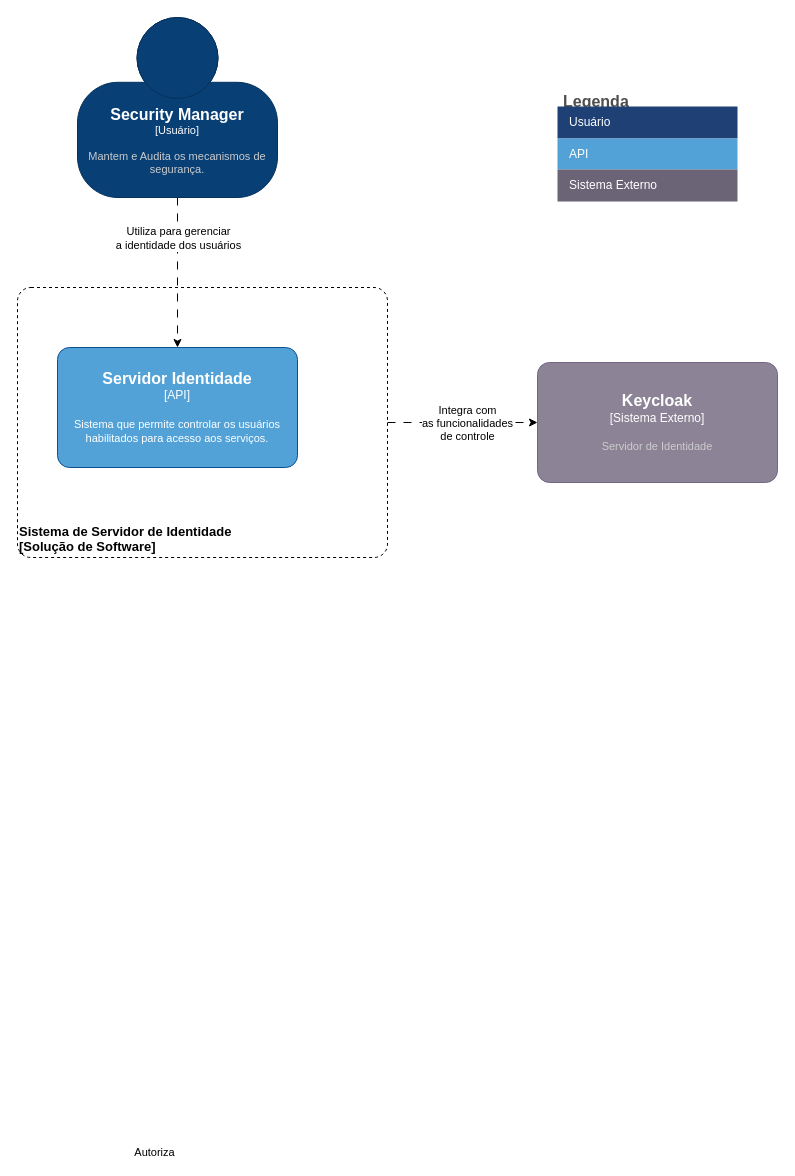
Above: page "Contexto" (1 of 8) of Sprint 1/Projeto Aplicado.drawio in luisfabiosm/Projeto-Aplicado (draw.io), before the change. Source tidied: cells renumbered, new cells numbered last; positions are measured from the earlier drawing's top-left corner, leaving out a move shared by most shapes. Both pictures are drawn from the tidied source at 100%, with x=0, y=0 at pixel (17, 17).
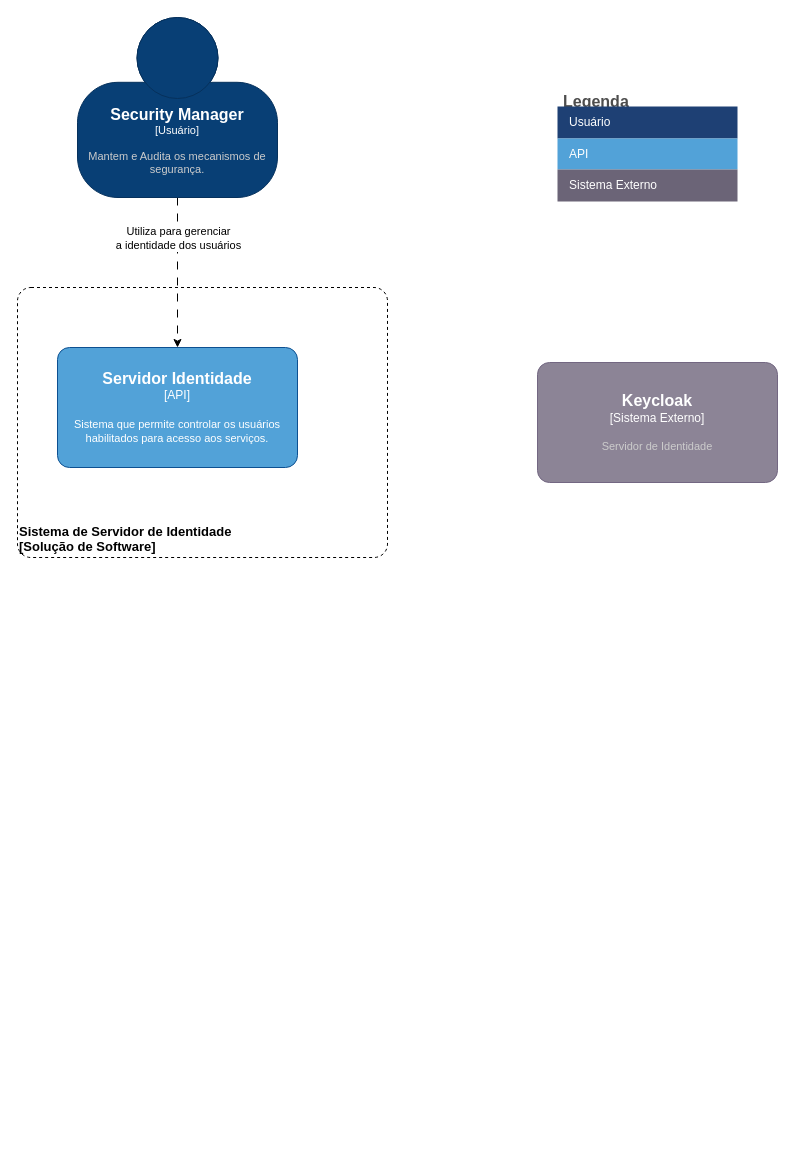
The same page after the edit.

Unchanged cells that the change refers to:
```xml
<object id="2" label="&lt;div style=&quot;text-align: left; font-size: 13px;&quot;&gt;%c4Name%&lt;/div&gt;&lt;div style=&quot;text-align: left; font-size: 13px;&quot;&gt;[%c4Application%]&lt;/div&gt;" c4Application="Solução de Software" c4Name="Sistema de Servidor de Identidade" placeholders="1">
  <mxCell style="rounded=1;whiteSpace=wrap;html=1;labelBackgroundColor=none;fillColor=none;fontColor=#000000;align=left;arcSize=5;strokeColor=#000000;verticalAlign=bottom;metaData={&quot;c4Type&quot;:{&quot;editable&quot;:false}};points=[[0.25,0,0],[0.5,0,0],[0.75,0,0],[1,0.25,0],[1,0.5,0],[1,0.75,0],[0.75,1,0],[0.5,1,0],[0.25,1,0],[0,0.75,0],[0,0.5,0],[0,0.25,0]];dashed=1;fontStyle=1;fontSize=13;" parent="1" vertex="1">
    <mxGeometry y="270" width="370" height="270" as="geometry" />
  </mxCell>
</object>
<object id="8" label="&lt;font style=&quot;font-size: 16px&quot;&gt;&lt;b&gt;%c4Name%&lt;/b&gt;&lt;/font&gt;&lt;div&gt;[%c4Type%]&lt;/div&gt;&lt;br&gt;&lt;div&gt;&lt;font style=&quot;font-size: 11px&quot;&gt;&lt;font color=&quot;#cccccc&quot;&gt;%c4Description%&lt;/font&gt;&lt;/div&gt;" c4Description="Servidor de Identidade" c4Name="Keycloak" c4Type="Sistema Externo" placeholders="1">
  <mxCell style="rounded=1;whiteSpace=wrap;html=1;labelBackgroundColor=none;fillColor=#8C8496;fontColor=#ffffff;align=center;arcSize=10;strokeColor=#736782;points=[[0.25,0,0],[0.5,0,0],[0.75,0,0],[1,0.25,0],[1,0.5,0],[1,0.75,0],[0.75,1,0],[0.5,1,0],[0.25,1,0],[0,0.75,0],[0,0.5,0],[0,0.25,0]];" parent="1" vertex="1">
    <mxGeometry x="520" y="345" width="240" height="120" as="geometry" />
  </mxCell>
</object>
```

Change to the diagram source:
```diff
@@
-    <mxCell id="6" value="Autoriza" style="edgeStyle=orthogonalEdgeStyle;rounded=0;jettySize=auto;html=1;entryX=0;entryY=0.5;entryDx=0;entryDy=0;entryPerimeter=0;dashed=1;dashPattern=8 8;exitX=1;exitY=0.5;exitDx=0;exitDy=0;exitPerimeter=0;" parent="1" edge="1" source="2" target="8">
-      <mxGeometry x="-1" y="-766" relative="1" as="geometry">
-        <mxPoint x="-233" y="-36" as="offset" />
-      </mxGeometry>
-    </mxCell>
-    <mxCell id="7" value="Integra com &lt;br&gt;as funcionalidades &lt;br&gt;de controle" style="edgeLabel;html=1;align=center;verticalAlign=middle;" parent="6" vertex="1">
-      <mxGeometry x="-0.34" y="-3" relative="1" as="geometry">
-        <mxPoint x="30" y="-3" as="offset" />
-      </mxGeometry>
-    </mxCell>
```
